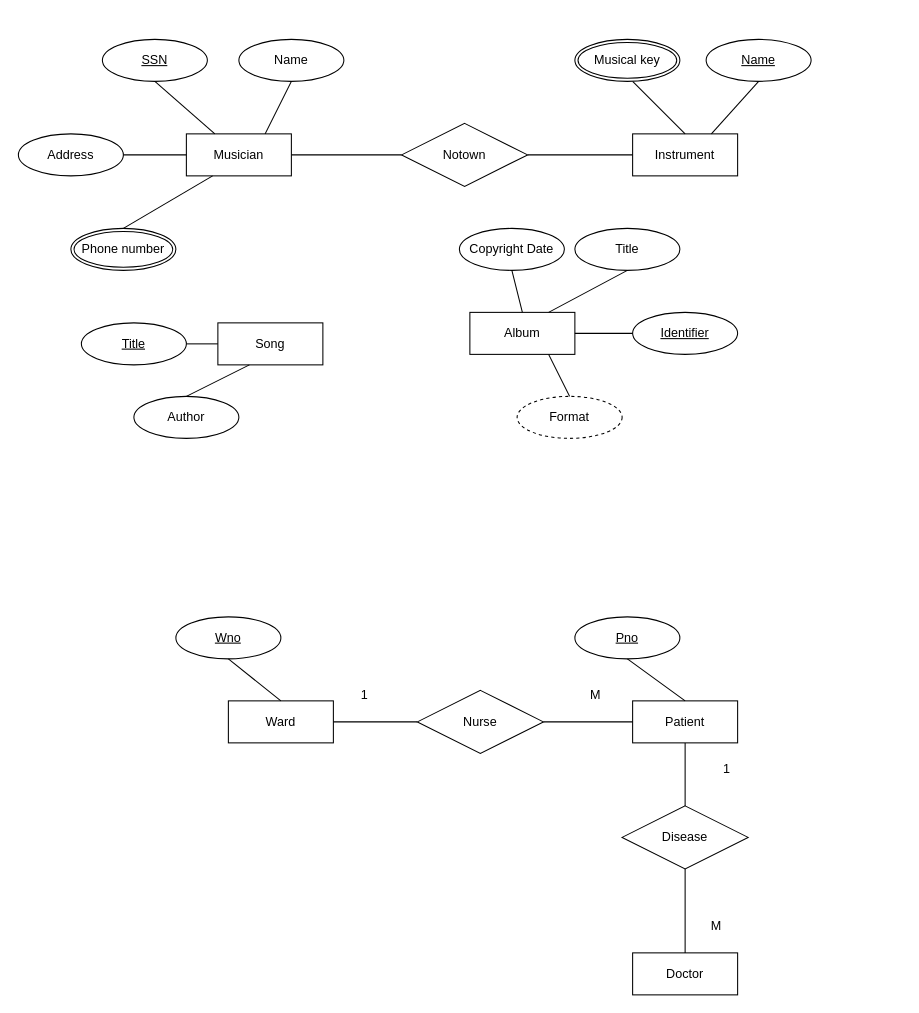
Earlier version of the draw.io diagram Untitled Diagram.drawio (jaosn0412/SimpleColorGame). Source tidied: cells renumbered, new cells numbered last; positions are measured from the earlier drawing's top-left corner, leaving out a move shared by most shapes. Both pictures are drawn from the tidied source at 105%, with x=0, y=0 at pixel (18, 39).
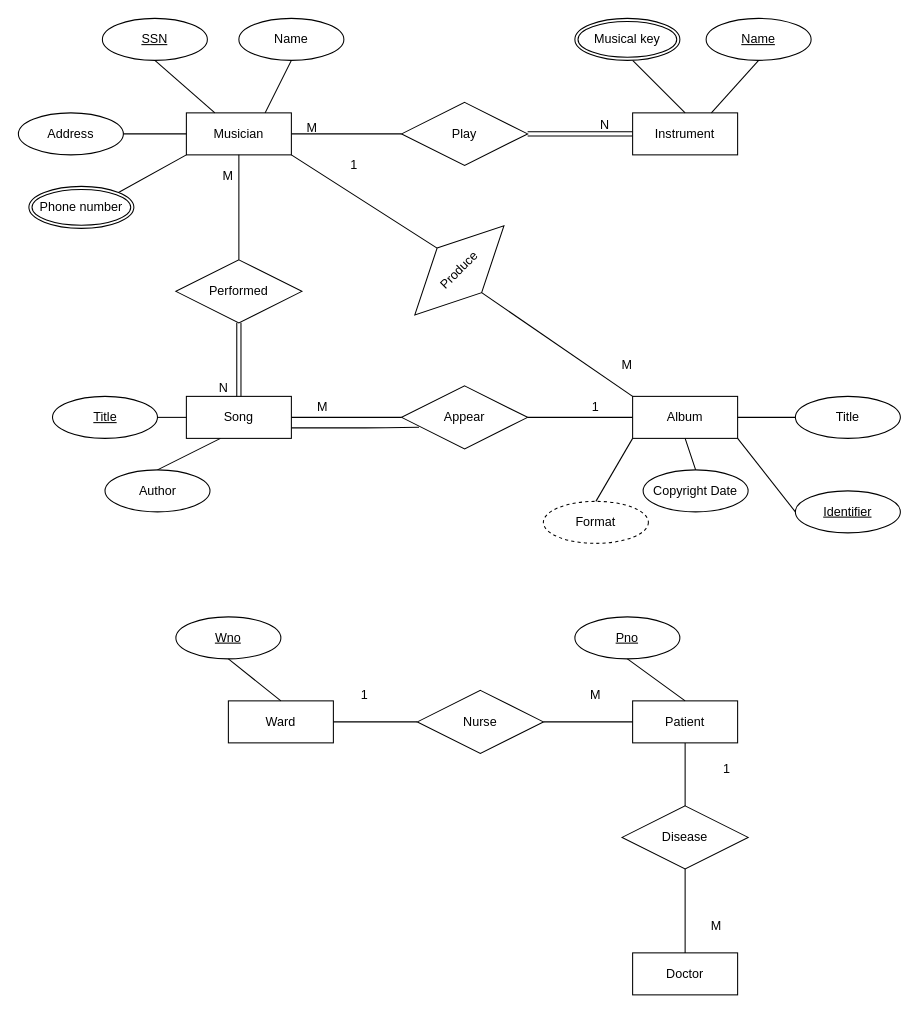
The same page after the edit.

The edit, as a diff of the source:
```diff
@@
     <mxCell id="19" value="Musician" style="whiteSpace=wrap;html=1;align=center;" parent="1" vertex="1">
-      <mxGeometry x="160" y="90" width="100" height="40" as="geometry" />
+      <mxGeometry x="160" y="70" width="100" height="40" as="geometry" />
     </mxCell>
     <mxCell id="20" value="SSN" style="ellipse;whiteSpace=wrap;html=1;align=center;fontStyle=4;" parent="1" vertex="1">
-      <mxGeometry x="80" width="100" height="40" as="geometry" />
+      <mxGeometry x="80" y="-20" width="100" height="40" as="geometry" />
     </mxCell>
     <mxCell id="21" value="Name" style="ellipse;whiteSpace=wrap;html=1;align=center;" parent="1" vertex="1">
-      <mxGeometry x="210" width="100" height="40" as="geometry" />
+      <mxGeometry x="210" y="-20" width="100" height="40" as="geometry" />
     </mxCell>
     <mxCell id="22" value="Address" style="ellipse;whiteSpace=wrap;html=1;align=center;" parent="1" vertex="1">
-      <mxGeometry y="90" width="100" height="40" as="geometry" />
+      <mxGeometry y="70" width="100" height="40" as="geometry" />
     </mxCell>
@@
-    <mxCell id="26" style="endArrow=none;html=1;exitX=0.5;exitY=0;exitDx=0;exitDy=0;entryX=0.25;entryY=1;entryDx=0;entryDy=0;" parent="1" edge="1" source="31" target="19">
+    <mxCell id="26" style="endArrow=none;html=1;exitX=1;exitY=0;exitDx=0;exitDy=0;entryX=0;entryY=1;entryDx=0;entryDy=0;" parent="1" edge="1" source="31" target="19">
       <mxGeometry relative="1" as="geometry" />
     </mxCell>
     <mxCell id="27" value="Instrument" style="whiteSpace=wrap;html=1;align=center;" parent="1" vertex="1">
-      <mxGeometry x="585" y="90" width="100" height="40" as="geometry" />
+      <mxGeometry x="585" y="70" width="100" height="40" as="geometry" />
     </mxCell>
     <mxCell id="28" style="endArrow=none;html=1;entryX=0.5;entryY=1;entryDx=0;entryDy=0;exitX=0.5;exitY=0;exitDx=0;exitDy=0;" parent="1" edge="1" source="27">
       <mxGeometry relative="1" as="geometry">
-        <mxPoint x="585" y="40" as="targetPoint" />
+        <mxPoint x="585" y="20" as="targetPoint" />
       </mxGeometry>
     </mxCell>
     <mxCell id="29" value="Name" style="ellipse;whiteSpace=wrap;html=1;align=center;fontStyle=4;" parent="1" vertex="1">
-      <mxGeometry x="655" width="100" height="40" as="geometry" />
+      <mxGeometry x="655" y="-20" width="100" height="40" as="geometry" />
     </mxCell>
@@
     <mxCell id="31" value="Phone number" style="ellipse;shape=doubleEllipse;margin=3;whiteSpace=wrap;html=1;align=center;" parent="1" vertex="1">
-      <mxGeometry x="50" y="180" width="100" height="40" as="geometry" />
+      <mxGeometry x="10" y="140" width="100" height="40" as="geometry" />
     </mxCell>
     <mxCell id="32" value="Musical key" style="ellipse;shape=doubleEllipse;margin=3;whiteSpace=wrap;html=1;align=center;" parent="1" vertex="1">
-      <mxGeometry x="530" width="100" height="40" as="geometry" />
+      <mxGeometry x="530" y="-20" width="100" height="40" as="geometry" />
     </mxCell>
     <mxCell id="33" value="Album" style="whiteSpace=wrap;html=1;align=center;" parent="1" vertex="1">
-      <mxGeometry x="430" y="260" width="100" height="40" as="geometry" />
+      <mxGeometry x="585" y="340" width="100" height="40" as="geometry" />
     </mxCell>
     <mxCell id="34" value="Identifier" style="ellipse;whiteSpace=wrap;html=1;align=center;fontStyle=4;" parent="1" vertex="1">
-      <mxGeometry x="585" y="260" width="100" height="40" as="geometry" />
+      <mxGeometry x="740" y="430" width="100" height="40" as="geometry" />
     </mxCell>
     <mxCell id="35" value="Title" style="ellipse;whiteSpace=wrap;html=1;align=center;" parent="1" vertex="1">
-      <mxGeometry x="530" y="180" width="100" height="40" as="geometry" />
+      <mxGeometry x="740" y="340" width="100" height="40" as="geometry" />
     </mxCell>
     <mxCell id="36" value="Copyright Date" style="ellipse;whiteSpace=wrap;html=1;align=center;" parent="1" vertex="1">
-      <mxGeometry x="420" y="180" width="100" height="40" as="geometry" />
+      <mxGeometry x="595" y="410" width="100" height="40" as="geometry" />
     </mxCell>
-    <mxCell id="37" style="endArrow=none;html=1;exitX=0.5;exitY=1;exitDx=0;exitDy=0;entryX=0.5;entryY=0;entryDx=0;entryDy=0;" parent="1" edge="1" source="36" target="33">
+    <mxCell id="37" style="endArrow=none;html=1;exitX=0.5;exitY=0;exitDx=0;exitDy=0;entryX=0.5;entryY=1;entryDx=0;entryDy=0;" parent="1" edge="1" source="36" target="33">
       <mxGeometry relative="1" as="geometry" />
     </mxCell>
-    <mxCell id="38" style="endArrow=none;html=1;entryX=0.5;entryY=1;entryDx=0;entryDy=0;exitX=0.75;exitY=0;exitDx=0;exitDy=0;" parent="1" edge="1" source="33" target="35">
+    <mxCell id="38" style="endArrow=none;html=1;entryX=0;entryY=0.5;entryDx=0;entryDy=0;exitX=1;exitY=0.5;exitDx=0;exitDy=0;" parent="1" edge="1" source="33" target="35">
       <mxGeometry relative="1" as="geometry" />
     </mxCell>
-    <mxCell id="39" style="endArrow=none;html=1;exitX=1;exitY=0.5;exitDx=0;exitDy=0;entryX=0;entryY=0.5;entryDx=0;entryDy=0;" parent="1" edge="1" source="33" target="34">
+    <mxCell id="39" style="endArrow=none;html=1;exitX=1;exitY=1;exitDx=0;exitDy=0;entryX=0;entryY=0.5;entryDx=0;entryDy=0;" parent="1" edge="1" source="33" target="34">
       <mxGeometry relative="1" as="geometry" />
     </mxCell>
     <mxCell id="40" value="Format" style="ellipse;whiteSpace=wrap;html=1;align=center;dashed=1;" parent="1" vertex="1">
-      <mxGeometry x="475" y="340" width="100" height="40" as="geometry" />
+      <mxGeometry x="500" y="440" width="100" height="40" as="geometry" />
     </mxCell>
-    <mxCell id="41" style="endArrow=none;html=1;exitX=0.75;exitY=1;exitDx=0;exitDy=0;entryX=0.5;entryY=0;entryDx=0;entryDy=0;" parent="1" edge="1" source="33" target="40">
+    <mxCell id="41" style="endArrow=none;html=1;exitX=0;exitY=1;exitDx=0;exitDy=0;entryX=0.5;entryY=0;entryDx=0;entryDy=0;" parent="1" edge="1" source="33" target="40">
       <mxGeometry relative="1" as="geometry" />
     </mxCell>
     <mxCell id="42" value="Song" style="whiteSpace=wrap;html=1;align=center;" parent="1" vertex="1">
-      <mxGeometry x="190" y="270" width="100" height="40" as="geometry" />
+      <mxGeometry x="160" y="340" width="100" height="40" as="geometry" />
     </mxCell>
     <mxCell id="43" value="Title" style="ellipse;whiteSpace=wrap;html=1;align=center;fontStyle=4;" parent="1" vertex="1">
-      <mxGeometry x="60" y="270" width="100" height="40" as="geometry" />
+      <mxGeometry x="32.5" y="340" width="100" height="40" as="geometry" />
     </mxCell>
     <mxCell id="44" value="Author" style="ellipse;whiteSpace=wrap;html=1;align=center;" parent="1" vertex="1">
-      <mxGeometry x="110" y="340" width="100" height="40" as="geometry" />
+      <mxGeometry x="82.5" y="410" width="100" height="40" as="geometry" />
     </mxCell>
-    <mxCell id="45" style="endArrow=none;html=1;entryX=0;entryY=0.5;entryDx=0;entryDy=0;" parent="1" edge="1" target="42">
+    <mxCell id="45" style="endArrow=none;html=1;" parent="1" edge="1">
       <mxGeometry relative="1" as="geometry">
-        <mxPoint x="160" y="290" as="sourcePoint" />
+        <mxPoint x="132.5" y="360" as="sourcePoint" />
+        <mxPoint x="160" y="360" as="targetPoint" />
       </mxGeometry>
     </mxCell>
     <mxCell id="46" style="endArrow=none;html=1;exitX=0.5;exitY=0;exitDx=0;exitDy=0;" parent="1" edge="1" source="44">
       <mxGeometry relative="1" as="geometry">
-        <mxPoint x="220" y="310" as="targetPoint" />
+        <mxPoint x="192.5" y="380" as="targetPoint" />
       </mxGeometry>
     </mxCell>
-    <mxCell id="47" value="Notown" style="shape=rhombus;perimeter=rhombusPerimeter;whiteSpace=wrap;html=1;align=center;" parent="1" vertex="1">
-      <mxGeometry x="365" y="80" width="120" height="60" as="geometry" />
+    <mxCell id="47" value="Play" style="shape=rhombus;perimeter=rhombusPerimeter;whiteSpace=wrap;html=1;align=center;" parent="1" vertex="1">
+      <mxGeometry x="365" y="60" width="120" height="60" as="geometry" />
     </mxCell>
@@
+    <mxCell id="50" value="M" style="text;html=1;strokeColor=none;fillColor=none;align=center;verticalAlign=middle;whiteSpace=wrap;rounded=0;" parent="1" vertex="1">
+      <mxGeometry x="260" y="70" width="40" height="30" as="geometry" />
+    </mxCell>
+    <mxCell id="51" value="Appear" style="shape=rhombus;perimeter=rhombusPerimeter;whiteSpace=wrap;html=1;align=center;" parent="1" vertex="1">
+      <mxGeometry x="365" y="330" width="120" height="60" as="geometry" />
+    </mxCell>
+    <mxCell id="52" value="M" style="text;html=1;strokeColor=none;fillColor=none;align=center;verticalAlign=middle;whiteSpace=wrap;rounded=0;" parent="1" vertex="1">
+      <mxGeometry x="270" y="340" width="40" height="20" as="geometry" />
+    </mxCell>
+    <mxCell id="53" value="1" style="text;html=1;strokeColor=none;fillColor=none;align=center;verticalAlign=middle;whiteSpace=wrap;rounded=0;" parent="1" vertex="1">
+      <mxGeometry x="530" y="340" width="40" height="20" as="geometry" />
+    </mxCell>
+    <mxCell id="54" style="endArrow=none;html=1;entryX=1;entryY=0.5;entryDx=0;entryDy=0;exitX=0;exitY=0.5;exitDx=0;exitDy=0;" parent="1" edge="1" source="51" target="42">
+      <mxGeometry relative="1" as="geometry" />
+    </mxCell>
+    <mxCell id="55" style="endArrow=none;html=1;entryX=1;entryY=0.5;entryDx=0;entryDy=0;exitX=0;exitY=0.5;exitDx=0;exitDy=0;" parent="1" edge="1" source="33" target="51">
+      <mxGeometry relative="1" as="geometry" />
+    </mxCell>
+    <mxCell id="56" value="Performed" style="shape=rhombus;perimeter=rhombusPerimeter;whiteSpace=wrap;html=1;align=center;" parent="1" vertex="1">
+      <mxGeometry x="150" y="210" width="120" height="60" as="geometry" />
+    </mxCell>
+    <mxCell id="57" style="endArrow=none;html=1;entryX=0.5;entryY=1;entryDx=0;entryDy=0;exitX=0.5;exitY=0;exitDx=0;exitDy=0;" parent="1" edge="1" source="56" target="19">
+      <mxGeometry relative="1" as="geometry" />
+    </mxCell>
+    <mxCell id="58" value="M" style="text;html=1;strokeColor=none;fillColor=none;align=center;verticalAlign=middle;whiteSpace=wrap;rounded=0;" parent="1" vertex="1">
+      <mxGeometry x="180" y="120" width="40" height="20" as="geometry" />
+    </mxCell>
+    <mxCell id="59" value="Produce" style="shape=rhombus;perimeter=rhombusPerimeter;whiteSpace=wrap;html=1;align=center;rotation=-45;" parent="1" vertex="1">
+      <mxGeometry x="360" y="190" width="120" height="60" as="geometry" />
+    </mxCell>
+    <mxCell id="60" style="endArrow=none;html=1;entryX=1;entryY=1;entryDx=0;entryDy=0;exitX=0.5;exitY=0;exitDx=0;exitDy=0;" parent="1" edge="1" source="59" target="19">
+      <mxGeometry relative="1" as="geometry" />
+    </mxCell>
+    <mxCell id="61" style="endArrow=none;html=1;exitX=0;exitY=0;exitDx=0;exitDy=0;entryX=0.5;entryY=1;entryDx=0;entryDy=0;" parent="1" edge="1" source="33" target="59">
+      <mxGeometry relative="1" as="geometry" />
+    </mxCell>
+    <mxCell id="62" value="1" style="text;html=1;strokeColor=none;fillColor=none;align=center;verticalAlign=middle;whiteSpace=wrap;rounded=0;" parent="1" vertex="1">
+      <mxGeometry x="300" y="110" width="40" height="20" as="geometry" />
+    </mxCell>
+    <mxCell id="63" value="M" style="text;html=1;strokeColor=none;fillColor=none;align=center;verticalAlign=middle;whiteSpace=wrap;rounded=0;" parent="1" vertex="1">
+      <mxGeometry x="560" y="300" width="40" height="20" as="geometry" />
+    </mxCell>
-    <mxCell id="49" style="endArrow=none;html=1;entryX=0;entryY=0.5;entryDx=0;entryDy=0;exitX=1;exitY=0.5;exitDx=0;exitDy=0;" parent="1" edge="1" source="47" target="27">
+    <mxCell id="49" style="shape=link;html=1;rounded=0;exitX=1;exitY=0.5;exitDx=0;exitDy=0;entryX=0;entryY=0.5;entryDx=0;entryDy=0;" parent="1" edge="1" source="47" target="27">
       <mxGeometry relative="1" as="geometry" />
     </mxCell>
+    <mxCell id="64" value="N" style="html=1;align=right;verticalAlign=bottom;" parent="49" vertex="1">
+      <mxGeometry x="1" relative="1" as="geometry">
+        <mxPoint x="-22" as="offset" />
+      </mxGeometry>
+    </mxCell>
+    <mxCell id="65" style="endArrow=none;html=1;exitX=1;exitY=0.75;exitDx=0;exitDy=0;entryX=0.138;entryY=0.657;entryDx=0;entryDy=0;entryPerimeter=0;" parent="1" edge="1" source="42" target="51">
+      <mxGeometry relative="1" as="geometry">
+        <Array as="points">
+          <mxPoint x="340" y="370" />
+        </Array>
+      </mxGeometry>
+    </mxCell>
+    <mxCell id="66" style="shape=link;html=1;rounded=0;exitX=0.5;exitY=1;exitDx=0;exitDy=0;entryX=0.5;entryY=0;entryDx=0;entryDy=0;" parent="1" edge="1" source="56" target="42">
+      <mxGeometry relative="1" as="geometry" />
+    </mxCell>
+    <mxCell id="67" value="N" style="html=1;align=right;verticalAlign=bottom;" parent="66" vertex="1">
+      <mxGeometry x="1" relative="1" as="geometry">
+        <mxPoint x="-10" as="offset" />
+      </mxGeometry>
+    </mxCell>
```
